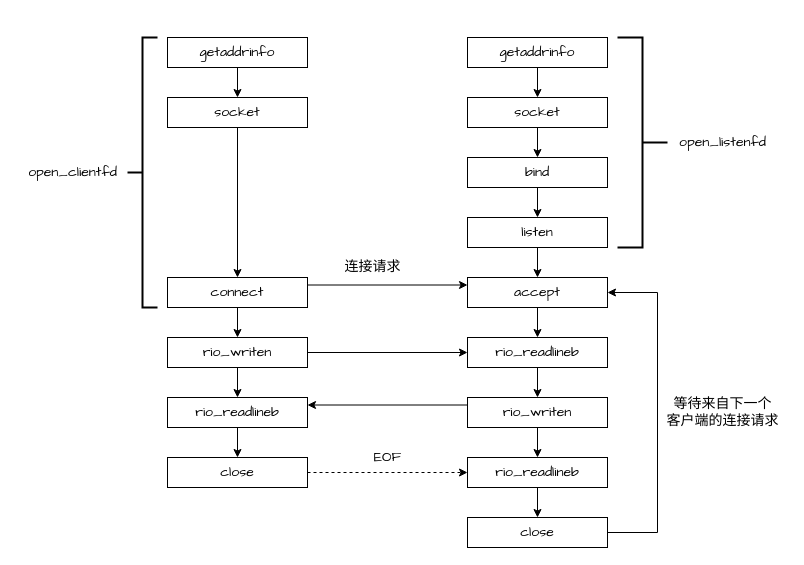
This is page "sock" (4 of 5) of test.drawio from lijin-coder/picture, a draw.io file, before an edit. Source tidied: cells renumbered, new cells numbered last; positions are measured from the earlier drawing's top-left corner, leaving out a move shared by most shapes. Both pictures are drawn from the tidied source at 100%, with x=0, y=0 at pixel (17, 37).
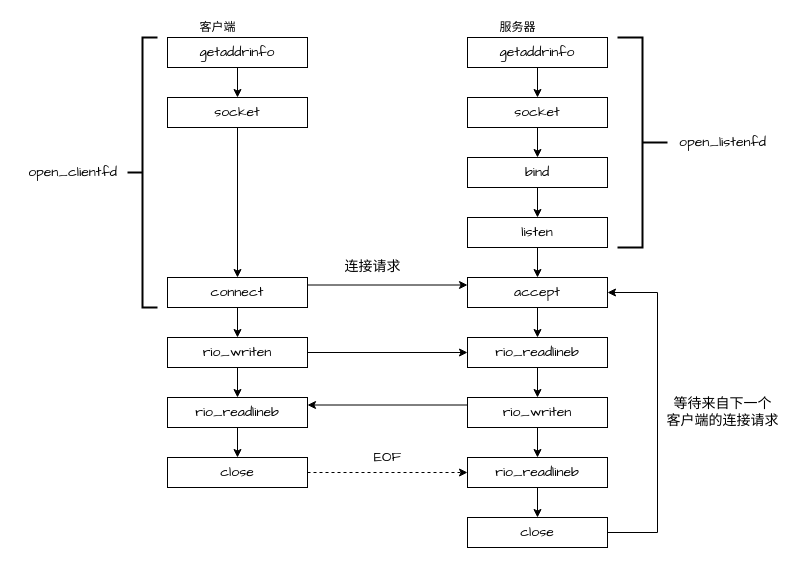
Above is the later version.

Diff of the diagram source:
```diff
@@
+    <mxCell id="42" value="客户端" style="text;html=1;align=center;verticalAlign=middle;strokeColor=none;fillColor=none;" parent="1" vertex="1">
+      <mxGeometry x="175" y="-20" width="50" height="20" as="geometry" />
+    </mxCell>
+    <mxCell id="43" value="服务器" style="text;html=1;align=center;verticalAlign=middle;strokeColor=none;fillColor=none;" parent="1" vertex="1">
+      <mxGeometry x="475" y="-20" width="50" height="20" as="geometry" />
+    </mxCell>
```
